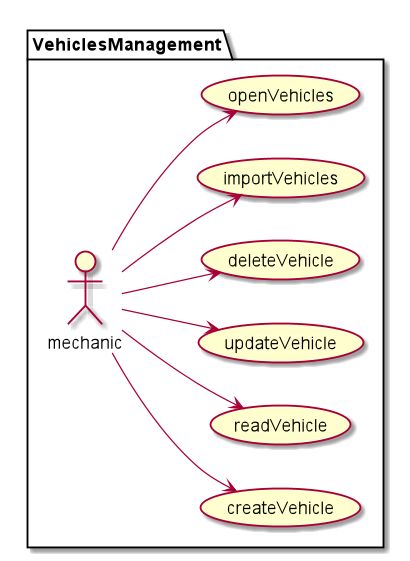
The PlantUML diagram documentation/requiremets/usecases/png/vechileUusecases.png in Ruskab/agrimManager, before a commit.
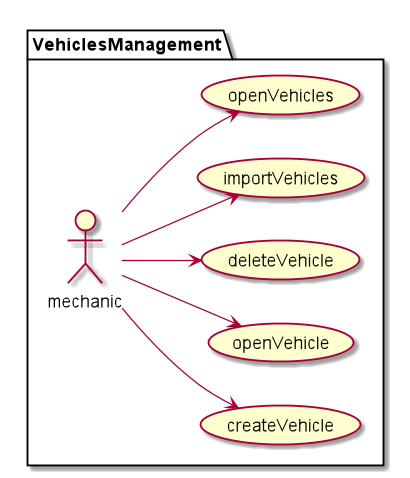
After the change.

What changed in the source:
```diff
@@ -5,8 +5,7 @@
 
 package VehiclesManagement {
 :mechanic: --> (createVehicle)
-:mechanic: --> (readVehicle)
-:mechanic: --> (updateVehicle)
+:mechanic: --> (openVehicle)
 :mechanic: --> (deleteVehicle)
 :mechanic: --> (importVehicles)
 :mechanic: --> (openVehicles)
```
